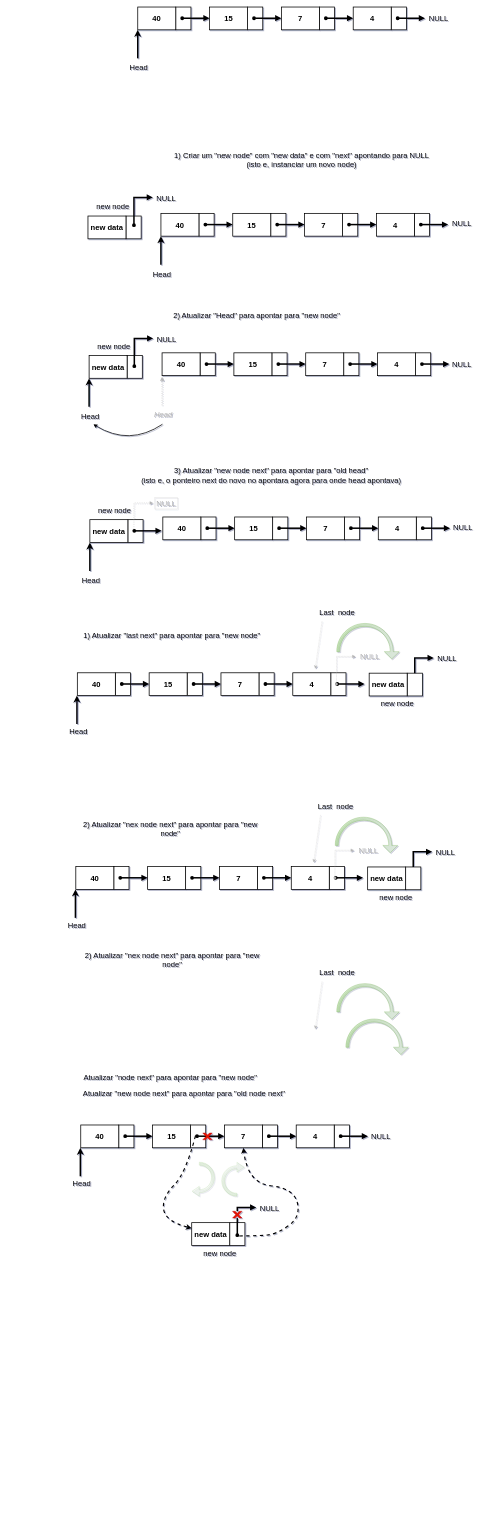
Earlier version of the draw.io diagram images/sketch.drawio (osdeving/java-problems). Source tidied: cells renumbered, new cells numbered last; positions are measured from the earlier drawing's top-left corner, leaving out a move shared by most shapes. Both pictures are drawn from the tidied source at 38%, with x=0, y=0 at pixel (65, 7).
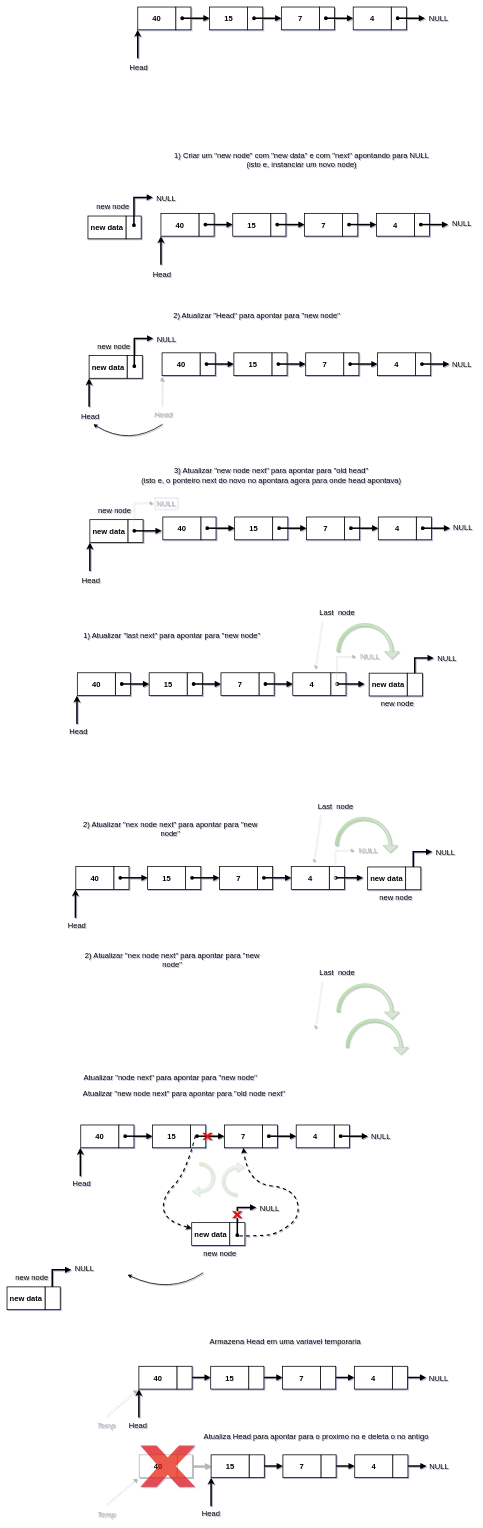
After the change.

Change to the diagram source:
```diff
@@
+    <mxCell id="249" value="new node" style="text;html=1;strokeColor=none;fillColor=none;align=center;verticalAlign=middle;whiteSpace=wrap;rounded=0;fontSize=20;fontColor=#000000;" parent="1" vertex="1">
+      <mxGeometry x="-142" y="3328" width="107" height="30" as="geometry" />
+    </mxCell>
+    <mxCell id="250" style="endArrow=block;startArrow=oval;html=1;rounded=0;fontSize=20;fontColor=#B5B5B5;strokeColor=#000000;strokeWidth=4;startFill=1;endFill=1;" parent="1" edge="1">
+      <mxGeometry x="-333" y="3184" as="geometry">
+        <mxPoint x="-35" y="3396" as="sourcePoint" />
+        <mxPoint x="15" y="3323" as="targetPoint" />
+        <Array as="points">
+          <mxPoint x="-35" y="3323" />
+          <mxPoint x="-15" y="3323" />
+        </Array>
+      </mxGeometry>
+    </mxCell>
+    <mxCell id="251" value="NULL" style="text;html=1;strokeColor=none;fillColor=none;align=center;verticalAlign=middle;whiteSpace=wrap;rounded=0;shadow=0;glass=0;sketch=0;fontSize=20;fontColor=#000000;opacity=50;" parent="1" vertex="1">
+      <mxGeometry x="20" y="3304" width="60" height="30" as="geometry" />
+    </mxCell>
+    <mxCell id="252" style="rounded=0;whiteSpace=wrap;html=1;strokeColor=#000000;fillColor=#FFFFFF;strokeWidth=2;" parent="1" vertex="1">
+      <mxGeometry x="-54" y="3368" width="40" height="60" as="geometry" />
+    </mxCell>
+    <mxCell id="253" value="&lt;font color=&quot;#000000&quot;&gt;&lt;span style=&quot;font-size: 20px&quot;&gt;&lt;b&gt;new data&lt;/b&gt;&lt;/span&gt;&lt;/font&gt;" style="rounded=0;whiteSpace=wrap;html=1;fillColor=#FFFFFF;strokeColor=#000000;strokeWidth=2;" parent="1" vertex="1">
+      <mxGeometry x="-154" y="3368" width="100" height="60" as="geometry" />
+    </mxCell>
+    <mxCell id="254" style="curved=1;endArrow=classic;html=1;rounded=0;fontSize=20;fontColor=#B5B5B5;strokeColor=#000000;strokeWidth=2;entryX=0.633;entryY=1.233;entryDx=0;entryDy=0;entryPerimeter=0;" parent="1" edge="1">
+      <mxGeometry x="-10" y="2914" as="geometry">
+        <mxPoint x="362" y="3331" as="sourcePoint" />
+        <mxPoint x="163" y="3336" as="targetPoint" />
+        <Array as="points">
+          <mxPoint x="275" y="3389" />
+        </Array>
+      </mxGeometry>
+    </mxCell>
+    <mxCell id="255" style="group;" parent="1" vertex="1">
+      <mxGeometry x="78" y="3786" width="935" height="194" as="geometry" />
+    </mxCell>
+    <mxCell id="256" value="NULL" style="text;html=1;strokeColor=none;fillColor=none;align=center;verticalAlign=middle;whiteSpace=wrap;rounded=0;shadow=0;glass=0;sketch=0;fontSize=20;fontColor=#000000;opacity=50;" parent="255" vertex="1">
+      <mxGeometry x="875" y="40" width="60" height="30" as="geometry" />
+    </mxCell>
+    <mxCell id="257" style="endArrow=classic;html=1;rounded=0;fontSize=20;fontColor=#000000;strokeColor=#000000;strokeWidth=4;" parent="255" edge="1">
+      <mxGeometry x="305" y="-16" as="geometry">
+        <mxPoint x="305" y="159" as="sourcePoint" />
+        <mxPoint x="305" y="84" as="targetPoint" />
+      </mxGeometry>
+    </mxCell>
+    <mxCell id="258" value="Head" style="text;html=1;strokeColor=none;fillColor=none;align=center;verticalAlign=middle;whiteSpace=wrap;rounded=0;fontSize=20;fontColor=#000000;" parent="255" vertex="1">
+      <mxGeometry x="275" y="162" width="60" height="30" as="geometry" />
+    </mxCell>
+    <mxCell id="259" style="endArrow=block;html=1;rounded=0;strokeColor=#B5B5B5;strokeWidth=4;startArrow=oval;startFill=1;endFill=1;" parent="255" edge="1">
+      <mxGeometry x="116" y="24" as="geometry">
+        <mxPoint x="233" y="53.5" as="sourcePoint" />
+        <mxPoint x="305" y="53.5" as="targetPoint" />
+      </mxGeometry>
+    </mxCell>
+    <mxCell id="260" style="rounded=0;whiteSpace=wrap;html=1;strokeColor=#B5B5B5;fillColor=#FFFFFF;strokeWidth=2;" parent="255" vertex="1">
+      <mxGeometry x="216" y="24" width="40" height="60" as="geometry" />
+    </mxCell>
+    <mxCell id="261" value="&lt;font color=&quot;#000000&quot; size=&quot;1&quot;&gt;&lt;b style=&quot;font-size: 20px&quot;&gt;40&lt;/b&gt;&lt;/font&gt;" style="rounded=0;whiteSpace=wrap;html=1;fillColor=#FFFFFF;strokeColor=#B5B5B5;strokeWidth=2;" parent="255" vertex="1">
+      <mxGeometry x="116" y="24" width="100" height="60" as="geometry" />
+    </mxCell>
+    <mxCell id="262" style="endArrow=block;html=1;rounded=0;strokeColor=#000000;strokeWidth=4;startArrow=oval;startFill=1;endFill=1;" parent="255" edge="1">
+      <mxGeometry x="305" y="24" as="geometry">
+        <mxPoint x="422" y="53.5" as="sourcePoint" />
+        <mxPoint x="494" y="53.5" as="targetPoint" />
+      </mxGeometry>
+    </mxCell>
+    <mxCell id="263" style="rounded=0;whiteSpace=wrap;html=1;strokeColor=#000000;fillColor=#FFFFFF;strokeWidth=2;" parent="255" vertex="1">
+      <mxGeometry x="405" y="24" width="40" height="60" as="geometry" />
+    </mxCell>
+    <mxCell id="264" value="&lt;font color=&quot;#000000&quot; size=&quot;1&quot;&gt;&lt;b style=&quot;font-size: 20px&quot;&gt;15&lt;/b&gt;&lt;/font&gt;" style="rounded=0;whiteSpace=wrap;html=1;fillColor=#FFFFFF;strokeColor=#000000;strokeWidth=2;" parent="255" vertex="1">
+      <mxGeometry x="305" y="24" width="100" height="60" as="geometry" />
+    </mxCell>
+    <mxCell id="265" style="endArrow=block;html=1;rounded=0;strokeColor=#000000;strokeWidth=4;startArrow=oval;startFill=1;endFill=1;" parent="255" edge="1">
+      <mxGeometry x="494" y="24" as="geometry">
+        <mxPoint x="611" y="53.5" as="sourcePoint" />
+        <mxPoint x="683" y="53.5" as="targetPoint" />
+      </mxGeometry>
+    </mxCell>
+    <mxCell id="266" style="rounded=0;whiteSpace=wrap;html=1;strokeColor=#000000;fillColor=#FFFFFF;strokeWidth=2;" parent="255" vertex="1">
+      <mxGeometry x="594" y="24" width="40" height="60" as="geometry" />
+    </mxCell>
+    <mxCell id="267" value="&lt;font color=&quot;#000000&quot; size=&quot;1&quot;&gt;&lt;b style=&quot;font-size: 20px&quot;&gt;7&lt;/b&gt;&lt;/font&gt;" style="rounded=0;whiteSpace=wrap;html=1;fillColor=#FFFFFF;strokeColor=#000000;strokeWidth=2;" parent="255" vertex="1">
+      <mxGeometry x="494" y="24" width="100" height="60" as="geometry" />
+    </mxCell>
+    <mxCell id="268" style="endArrow=block;html=1;rounded=0;strokeColor=#000000;strokeWidth=4;startArrow=oval;startFill=1;endFill=1;" parent="255" edge="1">
+      <mxGeometry x="683" y="24" as="geometry">
+        <mxPoint x="800" y="53.5" as="sourcePoint" />
+        <mxPoint x="872" y="53.5" as="targetPoint" />
+      </mxGeometry>
+    </mxCell>
+    <mxCell id="269" style="rounded=0;whiteSpace=wrap;html=1;strokeColor=#000000;fillColor=#FFFFFF;strokeWidth=2;" parent="255" vertex="1">
+      <mxGeometry x="783" y="24" width="40" height="60" as="geometry" />
+    </mxCell>
+    <mxCell id="270" value="&lt;font color=&quot;#000000&quot; size=&quot;1&quot;&gt;&lt;b style=&quot;font-size: 20px&quot;&gt;4&lt;/b&gt;&lt;/font&gt;" style="rounded=0;whiteSpace=wrap;html=1;fillColor=#FFFFFF;strokeColor=#000000;strokeWidth=2;" parent="255" vertex="1">
+      <mxGeometry x="683" y="24" width="100" height="60" as="geometry" />
+    </mxCell>
+    <mxCell id="271" style="endArrow=classic;html=1;rounded=0;fontSize=20;fontColor=#B5B5B5;strokeColor=#B5B5B5;strokeWidth=2;dashed=1;dashPattern=1 2;" parent="255" edge="1">
+      <mxGeometry x="-5" y="94" as="geometry">
+        <mxPoint x="30" y="155" as="sourcePoint" />
+        <mxPoint x="111" y="86" as="targetPoint" />
+      </mxGeometry>
+    </mxCell>
+    <mxCell id="272" value="&lt;i&gt;&lt;font&gt;Temp&lt;/font&gt;&lt;/i&gt;" style="text;html=1;strokeColor=none;fillColor=none;align=center;verticalAlign=middle;whiteSpace=wrap;rounded=0;fontSize=20;fontColor=#B5B5B5;sketch=1;" parent="255" vertex="1">
+      <mxGeometry y="164" width="60" height="30" as="geometry" />
+    </mxCell>
+    <mxCell id="273" style="verticalLabelPosition=bottom;verticalAlign=top;html=1;shape=mxgraph.basic.x;rounded=0;shadow=0;glass=0;sketch=0;fontSize=20;fontColor=#ffffff;strokeColor=#B20000;strokeWidth=1;fillColor=#e51400;opacity=70;" parent="255" vertex="1">
+      <mxGeometry x="120" width="142" height="108" as="geometry" />
+    </mxCell>
+    <mxCell id="274" style="group;" parent="1" vertex="1">
+      <mxGeometry x="77" y="3577" width="935" height="269.3" as="geometry" />
+    </mxCell>
+    <mxCell id="275" value="NULL" style="text;html=1;strokeColor=none;fillColor=none;align=center;verticalAlign=middle;whiteSpace=wrap;rounded=0;shadow=0;glass=0;sketch=0;fontSize=20;fontColor=#000000;opacity=50;" parent="274" vertex="1">
+      <mxGeometry x="875" y="16" width="60" height="30" as="geometry" />
+    </mxCell>
+    <mxCell id="276" style="endArrow=classic;html=1;rounded=0;fontSize=20;fontColor=#000000;strokeColor=#000000;strokeWidth=4;" parent="274" edge="1">
+      <mxGeometry x="116" y="-40" as="geometry">
+        <mxPoint x="116" y="135" as="sourcePoint" />
+        <mxPoint x="116" y="60" as="targetPoint" />
+      </mxGeometry>
+    </mxCell>
+    <mxCell id="277" value="Head" style="text;html=1;strokeColor=none;fillColor=none;align=center;verticalAlign=middle;whiteSpace=wrap;rounded=0;fontSize=20;fontColor=#000000;" parent="274" vertex="1">
+      <mxGeometry x="84" y="140" width="60" height="30" as="geometry" />
+    </mxCell>
+    <mxCell id="278" style="endArrow=block;html=1;rounded=0;strokeColor=#000000;strokeWidth=4;startArrow=oval;startFill=1;endFill=1;" parent="274" edge="1">
+      <mxGeometry x="116" as="geometry">
+        <mxPoint x="233" y="29.5" as="sourcePoint" />
+        <mxPoint x="305" y="29.5" as="targetPoint" />
+      </mxGeometry>
+    </mxCell>
+    <mxCell id="279" style="rounded=0;whiteSpace=wrap;html=1;strokeColor=#000000;fillColor=#FFFFFF;strokeWidth=2;" parent="274" vertex="1">
+      <mxGeometry x="216" width="40" height="60" as="geometry" />
+    </mxCell>
+    <mxCell id="280" value="&lt;font color=&quot;#000000&quot; size=&quot;1&quot;&gt;&lt;b style=&quot;font-size: 20px&quot;&gt;40&lt;/b&gt;&lt;/font&gt;" style="rounded=0;whiteSpace=wrap;html=1;fillColor=#FFFFFF;strokeColor=#000000;strokeWidth=2;" parent="274" vertex="1">
+      <mxGeometry x="116" width="100" height="60" as="geometry" />
+    </mxCell>
+    <mxCell id="281" style="endArrow=block;html=1;rounded=0;strokeColor=#000000;strokeWidth=4;startArrow=oval;startFill=1;endFill=1;" parent="274" edge="1">
+      <mxGeometry x="305" as="geometry">
+        <mxPoint x="422" y="29.5" as="sourcePoint" />
+        <mxPoint x="494" y="29.5" as="targetPoint" />
+      </mxGeometry>
+    </mxCell>
+    <mxCell id="282" style="rounded=0;whiteSpace=wrap;html=1;strokeColor=#000000;fillColor=#FFFFFF;strokeWidth=2;" parent="274" vertex="1">
+      <mxGeometry x="405" width="40" height="60" as="geometry" />
+    </mxCell>
+    <mxCell id="283" value="&lt;font color=&quot;#000000&quot; size=&quot;1&quot;&gt;&lt;b style=&quot;font-size: 20px&quot;&gt;15&lt;/b&gt;&lt;/font&gt;" style="rounded=0;whiteSpace=wrap;html=1;fillColor=#FFFFFF;strokeColor=#000000;strokeWidth=2;" parent="274" vertex="1">
+      <mxGeometry x="305" width="100" height="60" as="geometry" />
+    </mxCell>
+    <mxCell id="284" style="endArrow=block;html=1;rounded=0;strokeColor=#000000;strokeWidth=4;startArrow=oval;startFill=1;endFill=1;" parent="274" edge="1">
+      <mxGeometry x="494" as="geometry">
+        <mxPoint x="611" y="29.5" as="sourcePoint" />
+        <mxPoint x="683" y="29.5" as="targetPoint" />
+      </mxGeometry>
+    </mxCell>
+    <mxCell id="285" style="rounded=0;whiteSpace=wrap;html=1;strokeColor=#000000;fillColor=#FFFFFF;strokeWidth=2;" parent="274" vertex="1">
+      <mxGeometry x="594" width="40" height="60" as="geometry" />
+    </mxCell>
+    <mxCell id="286" value="&lt;font color=&quot;#000000&quot; size=&quot;1&quot;&gt;&lt;b style=&quot;font-size: 20px&quot;&gt;7&lt;/b&gt;&lt;/font&gt;" style="rounded=0;whiteSpace=wrap;html=1;fillColor=#FFFFFF;strokeColor=#000000;strokeWidth=2;" parent="274" vertex="1">
+      <mxGeometry x="494" width="100" height="60" as="geometry" />
+    </mxCell>
+    <mxCell id="287" style="endArrow=block;html=1;rounded=0;strokeColor=#000000;strokeWidth=4;startArrow=oval;startFill=1;endFill=1;" parent="274" edge="1">
+      <mxGeometry x="683" as="geometry">
+        <mxPoint x="800" y="29.5" as="sourcePoint" />
+        <mxPoint x="872" y="29.5" as="targetPoint" />
+      </mxGeometry>
+    </mxCell>
+    <mxCell id="288" style="rounded=0;whiteSpace=wrap;html=1;strokeColor=#000000;fillColor=#FFFFFF;strokeWidth=2;" parent="274" vertex="1">
+      <mxGeometry x="783" width="40" height="60" as="geometry" />
+    </mxCell>
+    <mxCell id="289" value="&lt;font color=&quot;#000000&quot; size=&quot;1&quot;&gt;&lt;b style=&quot;font-size: 20px&quot;&gt;4&lt;/b&gt;&lt;/font&gt;" style="rounded=0;whiteSpace=wrap;html=1;fillColor=#FFFFFF;strokeColor=#000000;strokeWidth=2;" parent="274" vertex="1">
+      <mxGeometry x="683" width="100" height="60" as="geometry" />
+    </mxCell>
+    <mxCell id="290" style="endArrow=classic;html=1;rounded=0;fontSize=20;fontColor=#B5B5B5;strokeColor=#B5B5B5;strokeWidth=2;dashed=1;dashPattern=1 2;" parent="274" edge="1">
+      <mxGeometry x="-5" y="70" as="geometry">
+        <mxPoint x="30" y="131" as="sourcePoint" />
+        <mxPoint x="111" y="62" as="targetPoint" />
+      </mxGeometry>
+    </mxCell>
+    <mxCell id="291" value="&lt;i&gt;&lt;font&gt;Temp&lt;/font&gt;&lt;/i&gt;" style="text;html=1;strokeColor=none;fillColor=none;align=center;verticalAlign=middle;whiteSpace=wrap;rounded=0;fontSize=20;fontColor=#B5B5B5;sketch=1;" parent="274" vertex="1">
+      <mxGeometry y="140" width="60" height="30" as="geometry" />
+    </mxCell>
+    <mxCell id="292" value="Armazena Head em uma variavel temporaria" style="text;html=1;strokeColor=none;fillColor=none;align=center;verticalAlign=middle;whiteSpace=wrap;rounded=0;shadow=0;glass=0;sketch=0;fontSize=20;fontColor=#000000;opacity=70;" parent="1" vertex="1">
+      <mxGeometry x="343" y="3495" width="470.5" height="30" as="geometry" />
+    </mxCell>
+    <mxCell id="293" value="Atualiza Head para apontar para o proximo no e deleta o no antigo" style="text;html=1;strokeColor=none;fillColor=none;align=center;verticalAlign=middle;whiteSpace=wrap;rounded=0;shadow=0;glass=0;sketch=0;fontSize=20;fontColor=#000000;opacity=70;" parent="1" vertex="1">
+      <mxGeometry x="343" y="3739" width="633" height="43" as="geometry" />
+    </mxCell>
```
